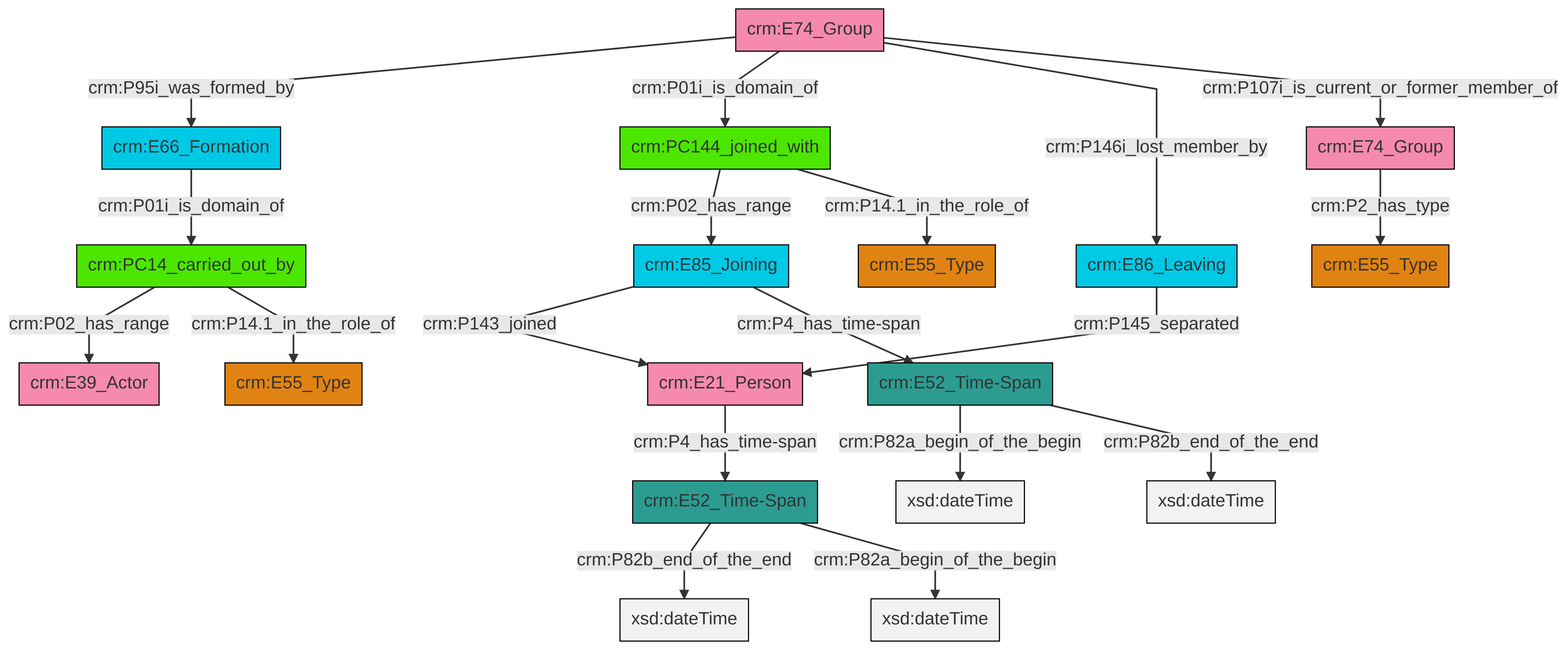
This is et/groupCSV/ttl/mmd/png/group_actor_relations.png from swiss-art-research-net/reference-data-models, a Mermaid export, as it was before one commit. Its source is kept beside it as et/groupCSV/ttl/mmd/group_actor_relations.ttl.mmd. The source it was exported from:
```mermaid
graph TD
classDef Literal fill:#f2f2f2,stroke:#000000;
classDef CRM_Entity fill:#FFFFFF,stroke:#000000;
classDef Temporal_Entity fill:#00C9E6, stroke:#000000;
classDef Type fill:#E18312, stroke:#000000;
classDef Time-Span fill:#2C9C91, stroke:#000000;
classDef Appellation fill:#FFEB7F, stroke:#000000;
classDef Place fill:#008836, stroke:#000000;
classDef Persistent_Item fill:#B266B2, stroke:#000000;
classDef Conceptual_Object fill:#FFD700, stroke:#000000;
classDef Physical_Thing fill:#D2B48C, stroke:#000000;
classDef Actor fill:#f58aad, stroke:#000000;
classDef PC_Classes fill:#4ce600, stroke:#000000;
classDef Multi fill:#cccccc,stroke:#000000;

6["crm:E74_Group"]:::Actor -->|crm:P95i_was_formed_by| 2["crm:E66_Formation"]:::Temporal_Entity
8["crm:E86_Leaving"]:::Temporal_Entity -->|crm:P145_separated| 9["crm:E21_Person"]:::Actor
10["crm:E85_Joining"]:::Temporal_Entity -->|crm:P143_joined| 9["crm:E21_Person"]:::Actor
6["crm:E74_Group"]:::Actor -->|crm:P01i_is_domain_of| 4["crm:PC144_joined_with"]:::PC_Classes
12["crm:E52_Time-Span"]:::Time-Span -->|crm:P82a_begin_of_the_begin| 13[xsd:dateTime]:::Literal
6["crm:E74_Group"]:::Actor -->|crm:P146i_lost_member_by| 8["crm:E86_Leaving"]:::Temporal_Entity
9["crm:E21_Person"]:::Actor -->|crm:P4_has_time-span| 17["crm:E52_Time-Span"]:::Time-Span
17["crm:E52_Time-Span"]:::Time-Span -->|crm:P82b_end_of_the_end| 20[xsd:dateTime]:::Literal
6["crm:E74_Group"]:::Actor -->|crm:P107i_is_current_or_former_member_of| 21["crm:E74_Group"]:::Actor
21["crm:E74_Group"]:::Actor -->|crm:P2_has_type| 0["crm:E55_Type"]:::Type
17["crm:E52_Time-Span"]:::Time-Span -->|crm:P82a_begin_of_the_begin| 22[xsd:dateTime]:::Literal
10["crm:E85_Joining"]:::Temporal_Entity -->|crm:P4_has_time-span| 12["crm:E52_Time-Span"]:::Time-Span
14["crm:PC14_carried_out_by"]:::PC_Classes -->|crm:P02_has_range| 18["crm:E39_Actor"]:::Actor
2["crm:E66_Formation"]:::Temporal_Entity -->|crm:P01i_is_domain_of| 14["crm:PC14_carried_out_by"]:::PC_Classes
12["crm:E52_Time-Span"]:::Time-Span -->|crm:P82b_end_of_the_end| 24[xsd:dateTime]:::Literal
4["crm:PC144_joined_with"]:::PC_Classes -->|crm:P02_has_range| 10["crm:E85_Joining"]:::Temporal_Entity
14["crm:PC14_carried_out_by"]:::PC_Classes -->|crm:P14.1_in_the_role_of| 26["crm:E55_Type"]:::Type
4["crm:PC144_joined_with"]:::PC_Classes -->|crm:P14.1_in_the_role_of| 29["crm:E55_Type"]:::Type
```
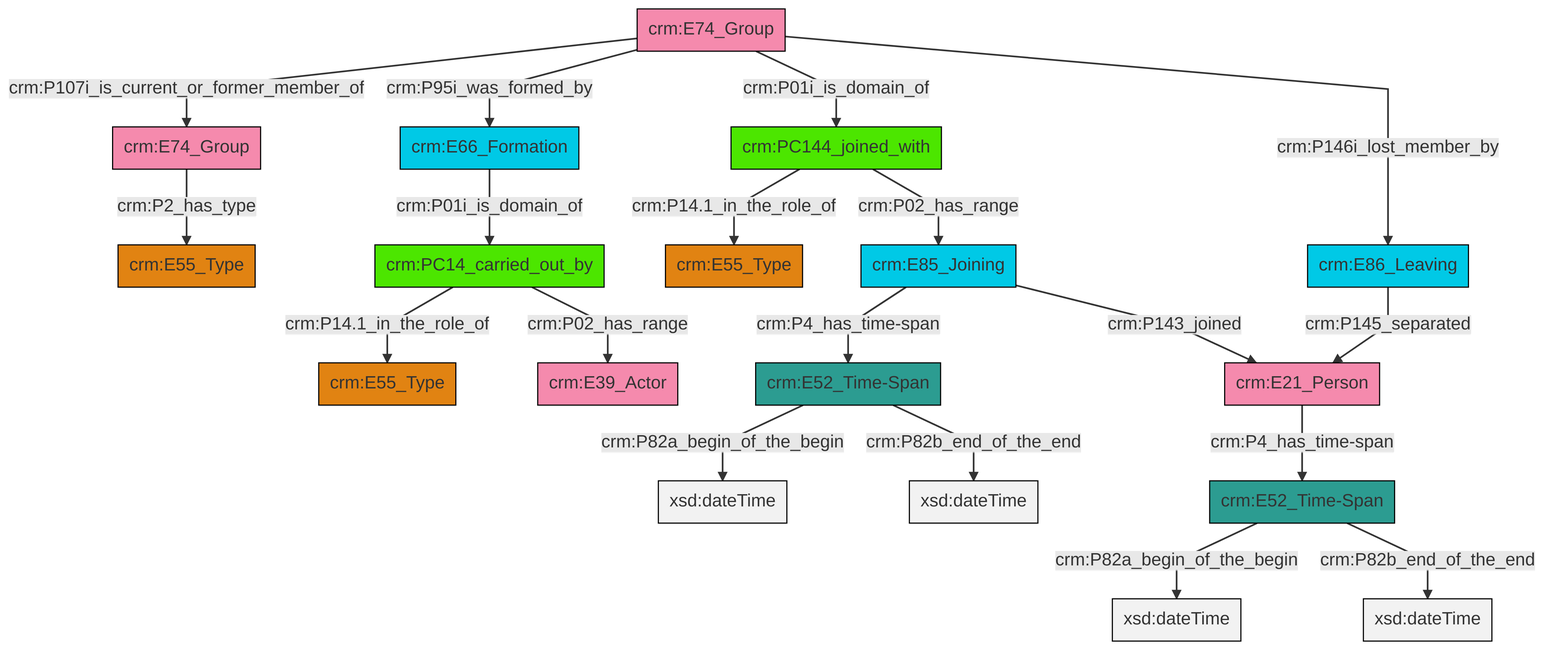
The same diagram one commit later.

Diff of the diagram source:
```diff
@@ -13,21 +13,21 @@
 classDef PC_Classes fill:#4ce600, stroke:#000000;
 classDef Multi fill:#cccccc,stroke:#000000;
 
-6["crm:E74_Group"]:::Actor -->|crm:P95i_was_formed_by| 2["crm:E66_Formation"]:::Temporal_Entity
-8["crm:E86_Leaving"]:::Temporal_Entity -->|crm:P145_separated| 9["crm:E21_Person"]:::Actor
-10["crm:E85_Joining"]:::Temporal_Entity -->|crm:P143_joined| 9["crm:E21_Person"]:::Actor
-6["crm:E74_Group"]:::Actor -->|crm:P01i_is_domain_of| 4["crm:PC144_joined_with"]:::PC_Classes
-12["crm:E52_Time-Span"]:::Time-Span -->|crm:P82a_begin_of_the_begin| 13[xsd:dateTime]:::Literal
-6["crm:E74_Group"]:::Actor -->|crm:P146i_lost_member_by| 8["crm:E86_Leaving"]:::Temporal_Entity
-9["crm:E21_Person"]:::Actor -->|crm:P4_has_time-span| 17["crm:E52_Time-Span"]:::Time-Span
-17["crm:E52_Time-Span"]:::Time-Span -->|crm:P82b_end_of_the_end| 20[xsd:dateTime]:::Literal
-6["crm:E74_Group"]:::Actor -->|crm:P107i_is_current_or_former_member_of| 21["crm:E74_Group"]:::Actor
-21["crm:E74_Group"]:::Actor -->|crm:P2_has_type| 0["crm:E55_Type"]:::Type
-17["crm:E52_Time-Span"]:::Time-Span -->|crm:P82a_begin_of_the_begin| 22[xsd:dateTime]:::Literal
-10["crm:E85_Joining"]:::Temporal_Entity -->|crm:P4_has_time-span| 12["crm:E52_Time-Span"]:::Time-Span
-14["crm:PC14_carried_out_by"]:::PC_Classes -->|crm:P02_has_range| 18["crm:E39_Actor"]:::Actor
-2["crm:E66_Formation"]:::Temporal_Entity -->|crm:P01i_is_domain_of| 14["crm:PC14_carried_out_by"]:::PC_Classes
-12["crm:E52_Time-Span"]:::Time-Span -->|crm:P82b_end_of_the_end| 24[xsd:dateTime]:::Literal
-4["crm:PC144_joined_with"]:::PC_Classes -->|crm:P02_has_range| 10["crm:E85_Joining"]:::Temporal_Entity
-14["crm:PC14_carried_out_by"]:::PC_Classes -->|crm:P14.1_in_the_role_of| 26["crm:E55_Type"]:::Type
-4["crm:PC144_joined_with"]:::PC_Classes -->|crm:P14.1_in_the_role_of| 29["crm:E55_Type"]:::Type
+4["crm:E74_Group"]:::Actor -->|crm:P107i_is_current_or_former_member_of| 5["crm:E74_Group"]:::Actor
+6["crm:E52_Time-Span"]:::Time-Span -->|crm:P82a_begin_of_the_begin| 10[xsd:dateTime]:::Literal
+15["crm:E85_Joining"]:::Temporal_Entity -->|crm:P4_has_time-span| 8["crm:E52_Time-Span"]:::Time-Span
+8["crm:E52_Time-Span"]:::Time-Span -->|crm:P82a_begin_of_the_begin| 17[xsd:dateTime]:::Literal
+18["crm:PC14_carried_out_by"]:::PC_Classes -->|crm:P14.1_in_the_role_of| 13["crm:E55_Type"]:::Type
+4["crm:E74_Group"]:::Actor -->|crm:P95i_was_formed_by| 19["crm:E66_Formation"]:::Temporal_Entity
+8["crm:E52_Time-Span"]:::Time-Span -->|crm:P82b_end_of_the_end| 20[xsd:dateTime]:::Literal
+15["crm:E85_Joining"]:::Temporal_Entity -->|crm:P143_joined| 21["crm:E21_Person"]:::Actor
+19["crm:E66_Formation"]:::Temporal_Entity -->|crm:P01i_is_domain_of| 18["crm:PC14_carried_out_by"]:::PC_Classes
+4["crm:E74_Group"]:::Actor -->|crm:P01i_is_domain_of| 25["crm:PC144_joined_with"]:::PC_Classes
+11["crm:E86_Leaving"]:::Temporal_Entity -->|crm:P145_separated| 21["crm:E21_Person"]:::Actor
+18["crm:PC14_carried_out_by"]:::PC_Classes -->|crm:P02_has_range| 26["crm:E39_Actor"]:::Actor
+6["crm:E52_Time-Span"]:::Time-Span -->|crm:P82b_end_of_the_end| 27[xsd:dateTime]:::Literal
+5["crm:E74_Group"]:::Actor -->|crm:P2_has_type| 0["crm:E55_Type"]:::Type
+21["crm:E21_Person"]:::Actor -->|crm:P4_has_time-span| 6["crm:E52_Time-Span"]:::Time-Span
+25["crm:PC144_joined_with"]:::PC_Classes -->|crm:P14.1_in_the_role_of| 2["crm:E55_Type"]:::Type
+4["crm:E74_Group"]:::Actor -->|crm:P146i_lost_member_by| 11["crm:E86_Leaving"]:::Temporal_Entity
+25["crm:PC144_joined_with"]:::PC_Classes -->|crm:P02_has_range| 15["crm:E85_Joining"]:::Temporal_Entity
```
